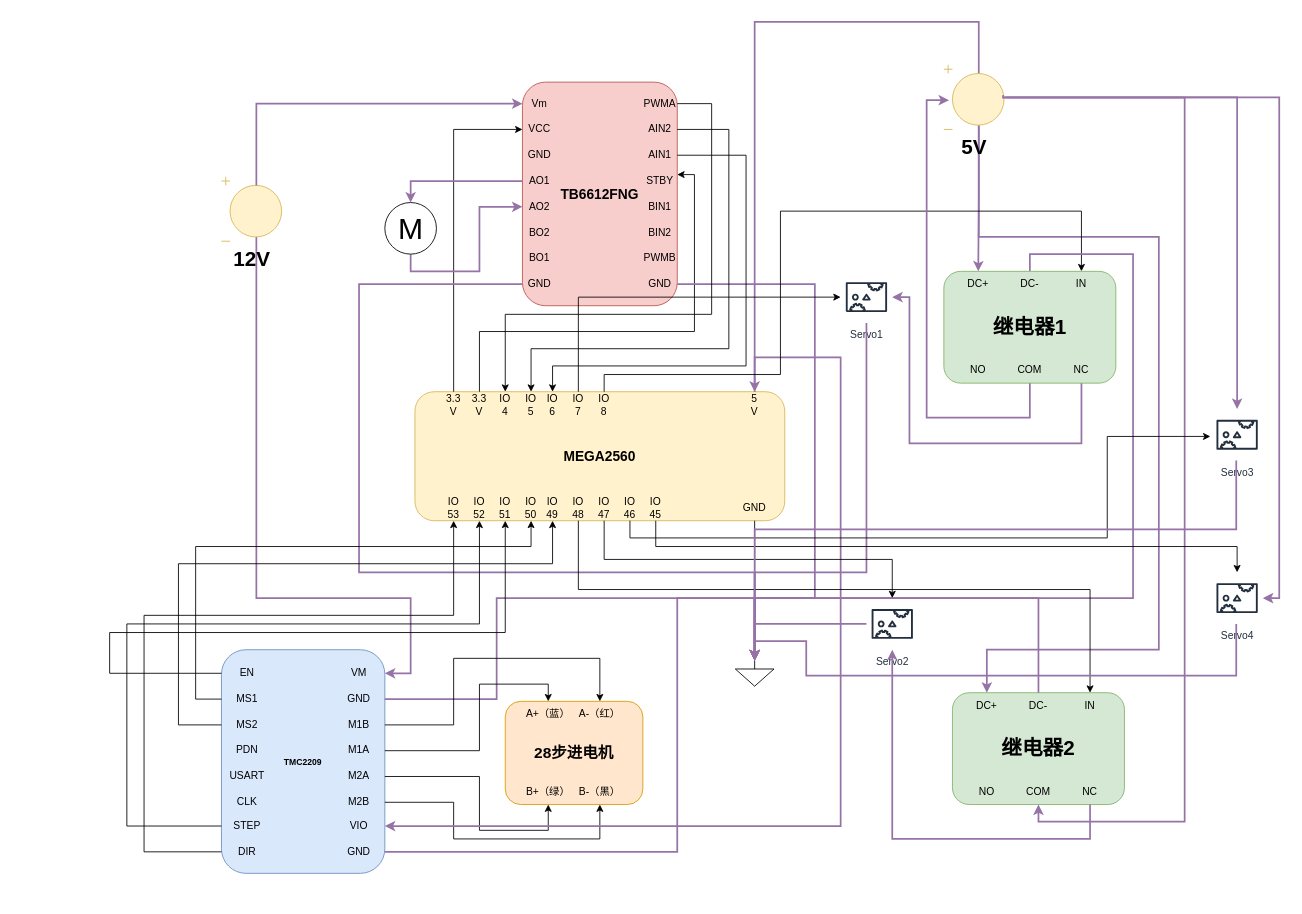
The draw.io diagram 电路图出纸.drawio in xinlanzi/Induisal-design, before the edit. Source tidied: cells renumbered, new cells numbered last; positions are measured from the earlier drawing's top-left corner, leaving out a move shared by most shapes. Both pictures are drawn from the tidied source at 86%, with x=0, y=0 at pixel (109, 22).
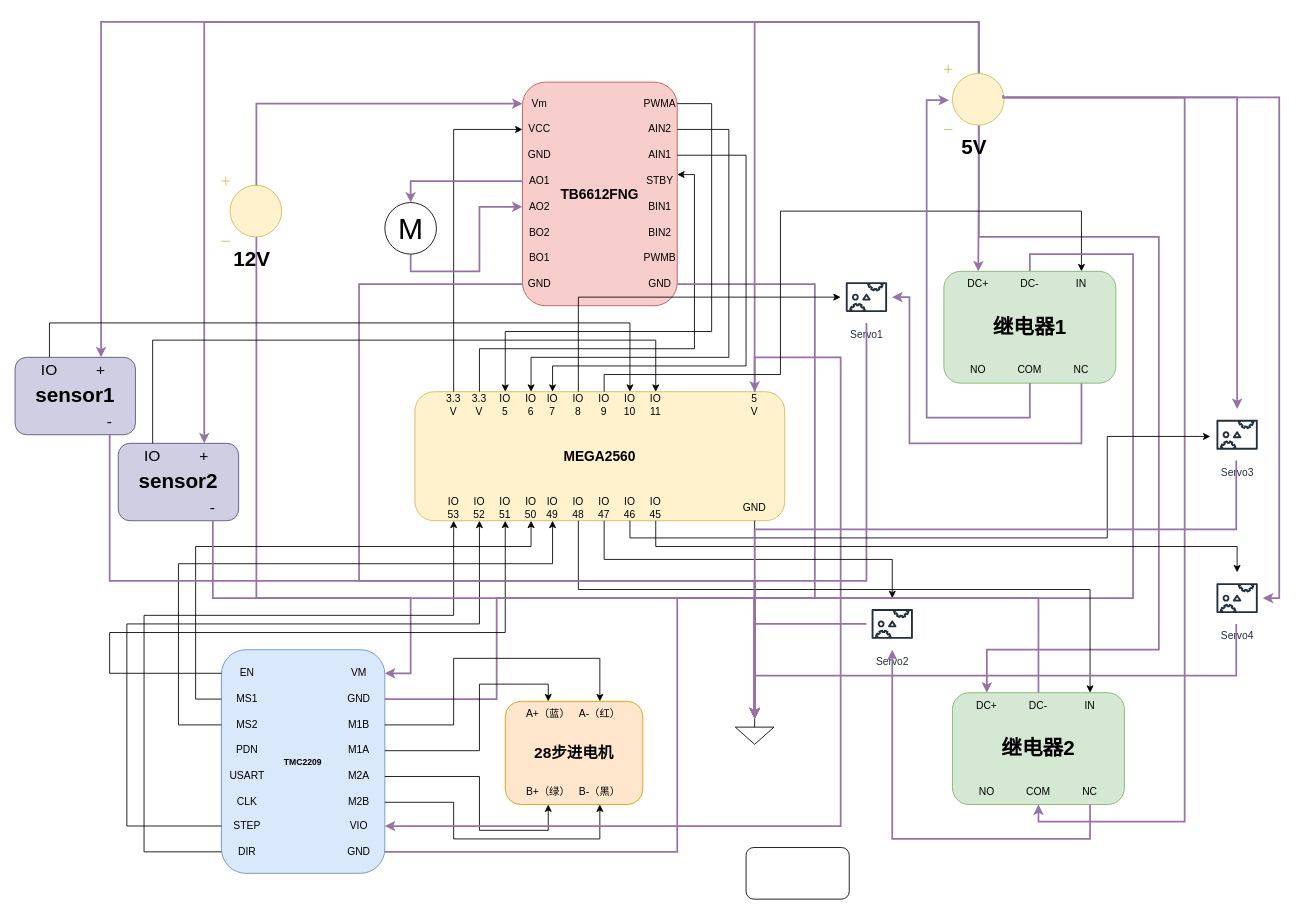
The same diagram, later.

Commit message:
更新电路图出纸.drawio

The change refers to these unchanged cells:
```xml
<mxCell id="14" value="GND" style="text;html=1;whiteSpace=wrap;strokeColor=none;fillColor=none;align=center;verticalAlign=middle;rounded=0;" parent="5" vertex="1">
  <mxGeometry y="220" width="40" height="30" as="geometry" />
</mxCell>
<mxCell id="15" value="PWMA" style="text;html=1;whiteSpace=wrap;strokeColor=none;fillColor=none;align=center;verticalAlign=middle;rounded=0;" parent="5" vertex="1">
  <mxGeometry x="140" y="10" width="40" height="30" as="geometry" />
</mxCell>
<mxCell id="16" value="AIN2" style="text;html=1;whiteSpace=wrap;strokeColor=none;fillColor=none;align=center;verticalAlign=middle;rounded=0;" parent="5" vertex="1">
  <mxGeometry x="140" y="40" width="40" height="30" as="geometry" />
</mxCell>
<mxCell id="18" value="STBY" style="text;html=1;whiteSpace=wrap;strokeColor=none;fillColor=none;align=center;verticalAlign=middle;rounded=0;" parent="5" vertex="1">
  <mxGeometry x="140" y="100" width="40" height="30" as="geometry" />
</mxCell>
<mxCell id="23" style="group;" parent="1" vertex="1">
  <mxGeometry x="355" y="430" width="430" height="150" as="geometry" />
</mxCell>
<mxCell id="26" value="3.3&lt;div&gt;V&lt;/div&gt;" style="text;html=1;whiteSpace=wrap;strokeColor=none;fillColor=none;align=center;verticalAlign=middle;rounded=0;" parent="23" vertex="1">
  <mxGeometry x="60" width="30" height="30" as="geometry" />
</mxCell>
<mxCell id="47" value="Servo1" style="sketch=0;outlineConnect=0;fontColor=#232F3E;gradientColor=none;strokeColor=#232F3E;fillColor=#ffffff;dashed=0;verticalLabelPosition=bottom;verticalAlign=top;align=center;html=1;fontSize=12;fontStyle=0;shape=mxgraph.aws4.resourceIcon;resIcon=mxgraph.aws4.servo;" parent="1" vertex="1">
  <mxGeometry x="850" y="290" width="60" height="60" as="geometry" />
</mxCell>
<mxCell id="95" value="&lt;font style=&quot;font-size: 24px;&quot;&gt;&lt;b&gt;5V&lt;/b&gt;&lt;/font&gt;" style="verticalLabelPosition=bottom;shadow=0;dashed=0;align=center;html=1;verticalAlign=top;shape=mxgraph.electrical.signal_sources.dc_source_1;fillColor=#fff2cc;strokeColor=#d6b656;rotation=0;" parent="1" vertex="1">
  <mxGeometry x="970" y="50" width="70" height="75" as="geometry" />
</mxCell>
<mxCell id="126" value="Servo4" style="sketch=0;outlineConnect=0;fontColor=#232F3E;gradientColor=none;strokeColor=#232F3E;fillColor=#ffffff;dashed=0;verticalLabelPosition=bottom;verticalAlign=top;align=center;html=1;fontSize=12;fontStyle=0;shape=mxgraph.aws4.resourceIcon;resIcon=mxgraph.aws4.servo;" parent="1" vertex="1">
  <mxGeometry x="1281" y="640" width="60" height="60" as="geometry" />
</mxCell>
```

Change to the diagram source:
```diff
@@
-    <mxCell id="27" value="IO&lt;div&gt;4&lt;/div&gt;" style="text;html=1;whiteSpace=wrap;strokeColor=none;fillColor=none;align=center;verticalAlign=middle;rounded=0;" parent="23" vertex="1">
+    <mxCell id="27" value="IO&lt;div&gt;5&lt;/div&gt;" style="text;html=1;whiteSpace=wrap;strokeColor=none;fillColor=none;align=center;verticalAlign=middle;rounded=0;" parent="23" vertex="1">
       <mxGeometry x="90" width="30" height="30" as="geometry" />
     </mxCell>
-    <mxCell id="28" value="IO&lt;div&gt;5&lt;/div&gt;" style="text;html=1;whiteSpace=wrap;strokeColor=none;fillColor=none;align=center;verticalAlign=middle;rounded=0;" parent="23" vertex="1">
+    <mxCell id="28" value="IO&lt;div&gt;6&lt;/div&gt;" style="text;html=1;whiteSpace=wrap;strokeColor=none;fillColor=none;align=center;verticalAlign=middle;rounded=0;" parent="23" vertex="1">
       <mxGeometry x="120" width="30" height="30" as="geometry" />
     </mxCell>
@@
-    <mxCell id="30" value="IO&lt;div&gt;6&lt;/div&gt;" style="text;html=1;whiteSpace=wrap;strokeColor=none;fillColor=none;align=center;verticalAlign=middle;rounded=0;" parent="23" vertex="1">
+    <mxCell id="30" value="IO&lt;div&gt;7&lt;/div&gt;" style="text;html=1;whiteSpace=wrap;strokeColor=none;fillColor=none;align=center;verticalAlign=middle;rounded=0;" parent="23" vertex="1">
       <mxGeometry x="145" width="30" height="30" as="geometry" />
     </mxCell>
@@
-    <mxCell id="32" value="IO&lt;div&gt;7&lt;/div&gt;" style="text;html=1;whiteSpace=wrap;strokeColor=none;fillColor=none;align=center;verticalAlign=middle;rounded=0;" parent="23" vertex="1">
+    <mxCell id="32" value="IO&lt;div&gt;8&lt;/div&gt;" style="text;html=1;whiteSpace=wrap;strokeColor=none;fillColor=none;align=center;verticalAlign=middle;rounded=0;" parent="23" vertex="1">
       <mxGeometry x="175" width="30" height="30" as="geometry" />
     </mxCell>
@@
-    <mxCell id="39" value="IO&lt;div&gt;8&lt;/div&gt;" style="text;html=1;whiteSpace=wrap;strokeColor=none;fillColor=none;align=center;verticalAlign=middle;rounded=0;" parent="23" vertex="1">
+    <mxCell id="39" value="IO&lt;div&gt;9&lt;/div&gt;" style="text;html=1;whiteSpace=wrap;strokeColor=none;fillColor=none;align=center;verticalAlign=middle;rounded=0;" parent="23" vertex="1">
       <mxGeometry x="205" width="30" height="30" as="geometry" />
     </mxCell>
@@
+    <mxCell id="133" value="IO&lt;div&gt;10&lt;/div&gt;" style="text;html=1;whiteSpace=wrap;strokeColor=none;fillColor=none;align=center;verticalAlign=middle;rounded=0;" parent="23" vertex="1">
+      <mxGeometry x="235" width="30" height="30" as="geometry" />
+    </mxCell>
+    <mxCell id="134" value="IO&lt;div&gt;11&lt;/div&gt;" style="text;html=1;whiteSpace=wrap;strokeColor=none;fillColor=none;align=center;verticalAlign=middle;rounded=0;" parent="23" vertex="1">
+      <mxGeometry x="265" width="30" height="30" as="geometry" />
+    </mxCell>
@@
     <mxCell id="44" style="edgeStyle=orthogonalEdgeStyle;rounded=0;jettySize=auto;html=1;exitX=0.5;exitY=0;exitDx=0;exitDy=0;entryX=1;entryY=0.25;entryDx=0;entryDy=0;" parent="1" edge="1" source="26" target="18">
       <mxGeometry relative="1" as="geometry">
         <Array as="points">
-          <mxPoint x="430" y="360" />
-          <mxPoint x="680" y="360" />
+          <mxPoint x="430" y="380" />
+          <mxPoint x="680" y="380" />
           <mxPoint x="680" y="178" />
         </Array>
       </mxGeometry>
     </mxCell>
@@
     <mxCell id="49" style="verticalLabelPosition=bottom;shadow=0;dashed=0;align=center;html=1;verticalAlign=top;shape=mxgraph.electrical.signal_sources.signal_ground;" parent="1" vertex="1">
-      <mxGeometry x="727.5" y="742.4" width="45" height="30" as="geometry" />
+      <mxGeometry x="727.5" y="810" width="45" height="30" as="geometry" />
     </mxCell>
@@
     <mxCell id="53" style="edgeStyle=orthogonalEdgeStyle;rounded=0;jettySize=auto;html=1;exitX=1;exitY=0.5;exitDx=0;exitDy=0;entryX=0.5;entryY=0;entryDx=0;entryDy=0;" parent="1" edge="1" source="15" target="27">
       <mxGeometry relative="1" as="geometry">
         <Array as="points">
           <mxPoint x="700" y="95" />
-          <mxPoint x="700" y="340" />
-          <mxPoint x="460" y="340" />
+          <mxPoint x="700" y="360" />
+          <mxPoint x="460" y="360" />
         </Array>
       </mxGeometry>
     </mxCell>
     <mxCell id="54" style="edgeStyle=orthogonalEdgeStyle;rounded=0;jettySize=auto;html=1;exitX=1;exitY=0.5;exitDx=0;exitDy=0;entryX=0.5;entryY=0;entryDx=0;entryDy=0;" parent="1" edge="1" source="16" target="28">
       <mxGeometry relative="1" as="geometry">
         <Array as="points">
           <mxPoint x="720" y="125" />
-          <mxPoint x="720" y="380" />
-          <mxPoint x="490" y="380" />
+          <mxPoint x="720" y="390" />
+          <mxPoint x="490" y="390" />
         </Array>
       </mxGeometry>
     </mxCell>
@@
     <mxCell id="56" style="edgeStyle=orthogonalEdgeStyle;rounded=0;jettySize=auto;html=1;exitX=0;exitY=0.5;exitDx=0;exitDy=0;entryX=0.5;entryY=0;entryDx=0;entryDy=0;entryPerimeter=0;strokeWidth=2;fillColor=#e1d5e7;strokeColor=#9673a6;" parent="1" edge="1" source="14" target="49">
       <mxGeometry relative="1" as="geometry">
         <Array as="points">
           <mxPoint x="290" y="305" />
-          <mxPoint x="290" y="640" />
-          <mxPoint x="750" y="640" />
+          <mxPoint x="290" y="650" />
+          <mxPoint x="750" y="650" />
         </Array>
       </mxGeometry>
     </mxCell>
@@
+    <mxCell id="135" style="edgeStyle=orthogonalEdgeStyle;rounded=0;jettySize=auto;html=1;exitX=0.58;exitY=0.135;exitDx=0;exitDy=0;exitPerimeter=0;entryX=0.5;entryY=0;entryDx=0;entryDy=0;fillColor=#e1d5e7;strokeColor=#9673a6;strokeWidth=2;" parent="1" edge="1" source="95" target="145">
+      <mxGeometry relative="1" as="geometry">
+        <Array as="points">
+          <mxPoint x="1011" />
+          <mxPoint x="-10" />
+        </Array>
+      </mxGeometry>
+    </mxCell>
+    <mxCell id="136" style="edgeStyle=orthogonalEdgeStyle;rounded=0;jettySize=auto;html=1;exitX=0.58;exitY=0.135;exitDx=0;exitDy=0;exitPerimeter=0;entryX=0.5;entryY=0;entryDx=0;entryDy=0;fillColor=#e1d5e7;strokeColor=#9673a6;strokeWidth=2;" parent="1" edge="1" source="95" target="139">
+      <mxGeometry relative="1" as="geometry">
+        <Array as="points">
+          <mxPoint x="1011" />
+          <mxPoint x="110" />
+        </Array>
+      </mxGeometry>
+    </mxCell>
@@
     <mxCell id="110" style="edgeStyle=orthogonalEdgeStyle;rounded=0;jettySize=auto;html=1;entryX=0.5;entryY=0;entryDx=0;entryDy=0;entryPerimeter=0;fillColor=#e1d5e7;strokeColor=#9673a6;strokeWidth=2;" parent="1" edge="1" source="47" target="49">
       <mxGeometry relative="1" as="geometry">
         <Array as="points">
-          <mxPoint x="880" y="640" />
-          <mxPoint x="750" y="640" />
+          <mxPoint x="880" y="650" />
+          <mxPoint x="750" y="650" />
         </Array>
       </mxGeometry>
     </mxCell>
@@
     <mxCell id="131" style="edgeStyle=orthogonalEdgeStyle;rounded=0;jettySize=auto;html=1;fillColor=#e1d5e7;strokeColor=#9673a6;strokeWidth=2;entryX=0.5;entryY=0;entryDx=0;entryDy=0;entryPerimeter=0;" parent="1" edge="1" source="126" target="49">
       <mxGeometry relative="1" as="geometry">
         <Array as="points">
           <mxPoint x="1310" y="760" />
-          <mxPoint x="810" y="760" />
-          <mxPoint x="810" y="720" />
+          <mxPoint x="750" y="760" />
         </Array>
       </mxGeometry>
     </mxCell>
@@
+    <mxCell id="137" style="group;" parent="1" vertex="1">
+      <mxGeometry x="10" y="490" width="140" height="90" as="geometry" />
+    </mxCell>
+    <mxCell id="138" value="&lt;font style=&quot;font-size: 24px;&quot;&gt;&lt;b&gt;sensor2&lt;/b&gt;&lt;/font&gt;" style="rounded=1;whiteSpace=wrap;html=1;fillColor=#d0cee2;strokeColor=#56517e;" parent="137" vertex="1">
+      <mxGeometry width="140" height="90" as="geometry" />
+    </mxCell>
+    <mxCell id="139" value="&lt;font style=&quot;font-size: 18px;&quot;&gt;+&lt;/font&gt;" style="text;html=1;whiteSpace=wrap;strokeColor=none;fillColor=none;align=center;verticalAlign=middle;rounded=0;" parent="137" vertex="1">
+      <mxGeometry x="70" width="60" height="30" as="geometry" />
+    </mxCell>
+    <mxCell id="140" value="&lt;font style=&quot;font-size: 18px;&quot;&gt;-&lt;/font&gt;" style="text;html=1;whiteSpace=wrap;strokeColor=none;fillColor=none;align=center;verticalAlign=middle;rounded=0;" parent="137" vertex="1">
+      <mxGeometry x="80" y="60" width="60" height="30" as="geometry" />
+    </mxCell>
+    <mxCell id="141" value="&lt;span style=&quot;font-size: 18px;&quot;&gt;IO&lt;/span&gt;" style="text;html=1;whiteSpace=wrap;strokeColor=none;fillColor=none;align=center;verticalAlign=middle;rounded=0;" parent="137" vertex="1">
+      <mxGeometry x="10" width="60" height="30" as="geometry" />
+    </mxCell>
+    <mxCell id="142" style="edgeStyle=orthogonalEdgeStyle;rounded=0;jettySize=auto;html=1;exitX=0.5;exitY=0;exitDx=0;exitDy=0;entryX=0.5;entryY=0;entryDx=0;entryDy=0;" parent="1" edge="1" source="147" target="133">
+      <mxGeometry relative="1" as="geometry">
+        <Array as="points">
+          <mxPoint x="605" y="350" />
+        </Array>
+      </mxGeometry>
+    </mxCell>
+    <mxCell id="143" style="group;" parent="1" vertex="1">
+      <mxGeometry x="-110" y="390" width="140" height="90" as="geometry" />
+    </mxCell>
+    <mxCell id="144" value="&lt;font style=&quot;font-size: 24px;&quot;&gt;&lt;b&gt;sensor1&lt;/b&gt;&lt;/font&gt;" style="rounded=1;whiteSpace=wrap;html=1;fillColor=#d0cee2;strokeColor=#56517e;" parent="143" vertex="1">
+      <mxGeometry width="140" height="90" as="geometry" />
+    </mxCell>
+    <mxCell id="145" value="&lt;font style=&quot;font-size: 18px;&quot;&gt;+&lt;/font&gt;" style="text;html=1;whiteSpace=wrap;strokeColor=none;fillColor=none;align=center;verticalAlign=middle;rounded=0;" parent="143" vertex="1">
+      <mxGeometry x="70" width="60" height="30" as="geometry" />
+    </mxCell>
+    <mxCell id="146" value="&lt;font style=&quot;font-size: 18px;&quot;&gt;-&lt;/font&gt;" style="text;html=1;whiteSpace=wrap;strokeColor=none;fillColor=none;align=center;verticalAlign=middle;rounded=0;" parent="143" vertex="1">
+      <mxGeometry x="80" y="60" width="60" height="30" as="geometry" />
+    </mxCell>
+    <mxCell id="147" value="&lt;span style=&quot;font-size: 18px;&quot;&gt;IO&lt;/span&gt;" style="text;html=1;whiteSpace=wrap;strokeColor=none;fillColor=none;align=center;verticalAlign=middle;rounded=0;" parent="143" vertex="1">
+      <mxGeometry x="10" width="60" height="30" as="geometry" />
+    </mxCell>
+    <mxCell id="148" style="edgeStyle=orthogonalEdgeStyle;rounded=0;jettySize=auto;html=1;exitX=0.5;exitY=0;exitDx=0;exitDy=0;entryX=0.5;entryY=0;entryDx=0;entryDy=0;" parent="1" edge="1" source="141" target="134">
+      <mxGeometry relative="1" as="geometry">
+        <Array as="points">
+          <mxPoint x="50" y="370" />
+          <mxPoint x="635" y="370" />
+        </Array>
+      </mxGeometry>
+    </mxCell>
+    <mxCell id="149" style="edgeStyle=orthogonalEdgeStyle;rounded=0;jettySize=auto;html=1;exitX=0.5;exitY=1;exitDx=0;exitDy=0;entryX=0.5;entryY=0;entryDx=0;entryDy=0;entryPerimeter=0;fillColor=#e1d5e7;strokeColor=#9673a6;strokeWidth=2;" parent="1" edge="1" source="140" target="49">
+      <mxGeometry relative="1" as="geometry">
+        <Array as="points">
+          <mxPoint x="120" y="670" />
+          <mxPoint x="750" y="670" />
+        </Array>
+      </mxGeometry>
+    </mxCell>
+    <mxCell id="150" style="edgeStyle=orthogonalEdgeStyle;rounded=0;jettySize=auto;html=1;exitX=0.5;exitY=1;exitDx=0;exitDy=0;entryX=0.5;entryY=0;entryDx=0;entryDy=0;entryPerimeter=0;fillColor=#e1d5e7;strokeColor=#9673a6;strokeWidth=2;" parent="1" edge="1" source="146" target="49">
+      <mxGeometry relative="1" as="geometry">
+        <Array as="points">
+          <mxPoint y="650" />
+          <mxPoint x="750" y="650" />
+        </Array>
+      </mxGeometry>
+    </mxCell>
+    <mxCell id="151" style="rounded=1;whiteSpace=wrap;html=1;" parent="1" vertex="1">
+      <mxGeometry x="740" y="960" width="120" height="60" as="geometry" />
+    </mxCell>
```
